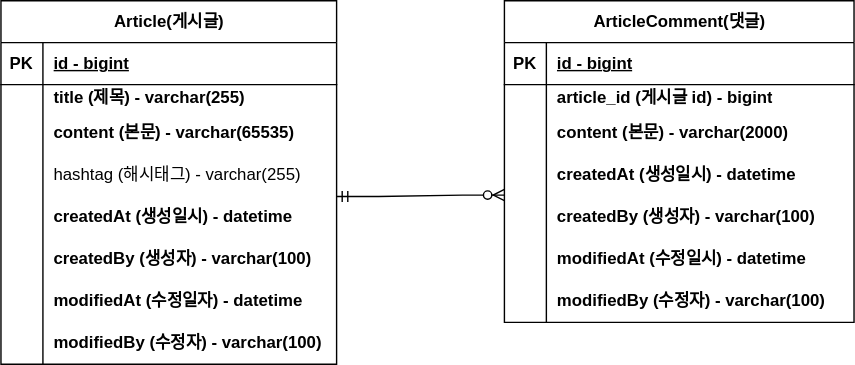
Earlier version of the draw.io export document/project-board-erd.svg (bokyoung89/fastcampus-project-board). Source tidied: cells renumbered, new cells last; positions are measured from the earlier drawing's top-left corner, leaving out a move shared by most shapes.
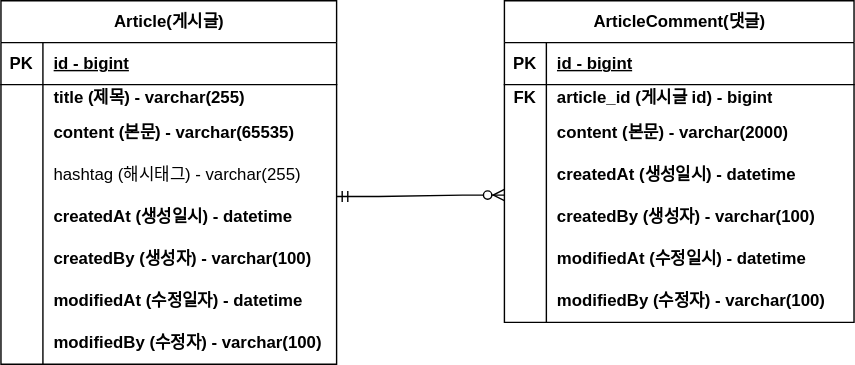
After the commit.

Diff of the diagram source:
```diff
@@ -92,7 +92,7 @@
     <mxCell id="31" style="shape=tableRow;horizontal=0;startSize=0;swimlaneHead=0;swimlaneBody=0;fillColor=none;top=0;left=0;right=0;bottom=0;fontStyle=1;" parent="27" vertex="1">
       <mxGeometry y="60" width="250" height="20" as="geometry" />
     </mxCell>
-    <mxCell id="32" style="shape=partialRectangle;fillColor=none;top=0;left=0;bottom=0;right=0;overflow=hidden;whiteSpace=wrap;html=1;" parent="31" vertex="1">
+    <mxCell id="32" value="&lt;b&gt;FK&lt;/b&gt;" style="shape=partialRectangle;fillColor=none;top=0;left=0;bottom=0;right=0;overflow=hidden;whiteSpace=wrap;html=1;" parent="31" vertex="1">
       <mxGeometry width="30" height="20" as="geometry" />
     </mxCell>
     <mxCell id="33" value="article_id (게시글 id) - bigint" style="shape=partialRectangle;fillColor=none;top=0;left=0;bottom=0;right=0;align=left;spacingLeft=6;overflow=hidden;whiteSpace=wrap;html=1;fontStyle=1;" parent="31" vertex="1">
```
